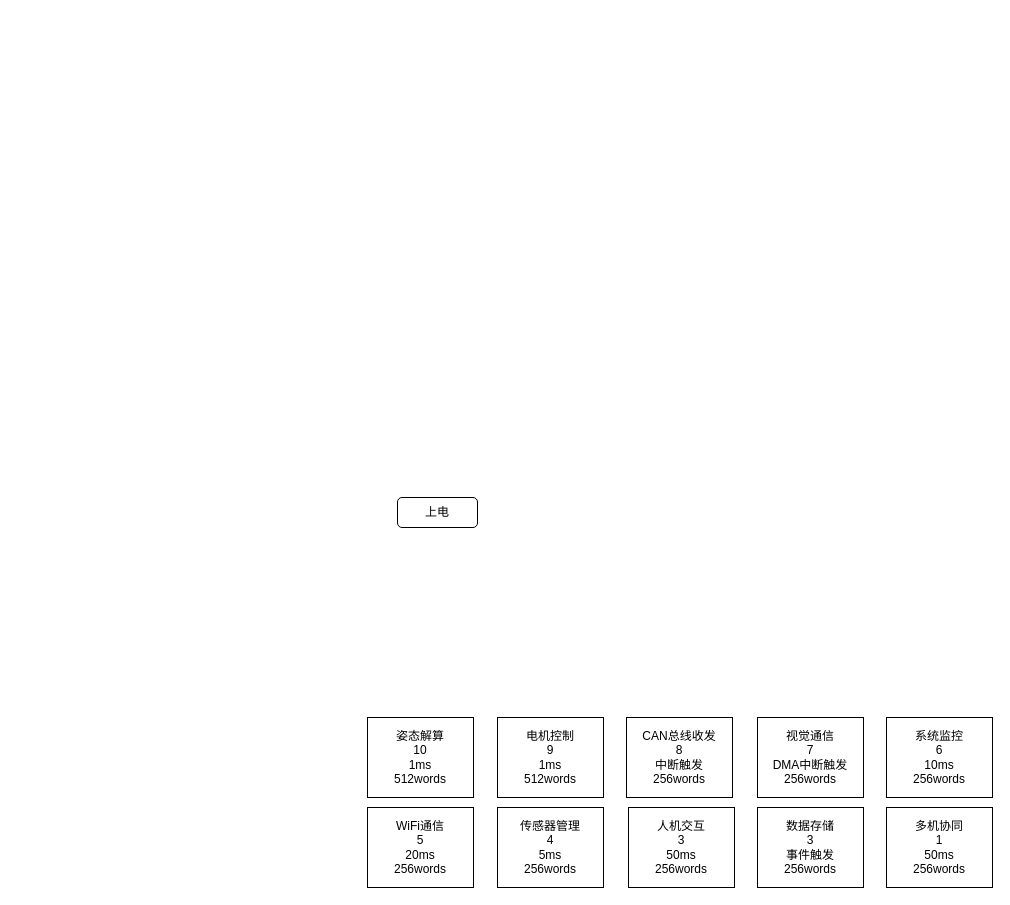
This is 全向移动自主作业机器人/全局启动流程.drawio from whwu-yuwan/My_Chart_Lib, a draw.io file, before an edit. Source tidied: cells renumbered, new cells numbered last; positions are measured from the earlier drawing's top-left corner, leaving out a move shared by most shapes. Both pictures are drawn from the tidied source at 100%, with x=0, y=0 at pixel (367, 497).
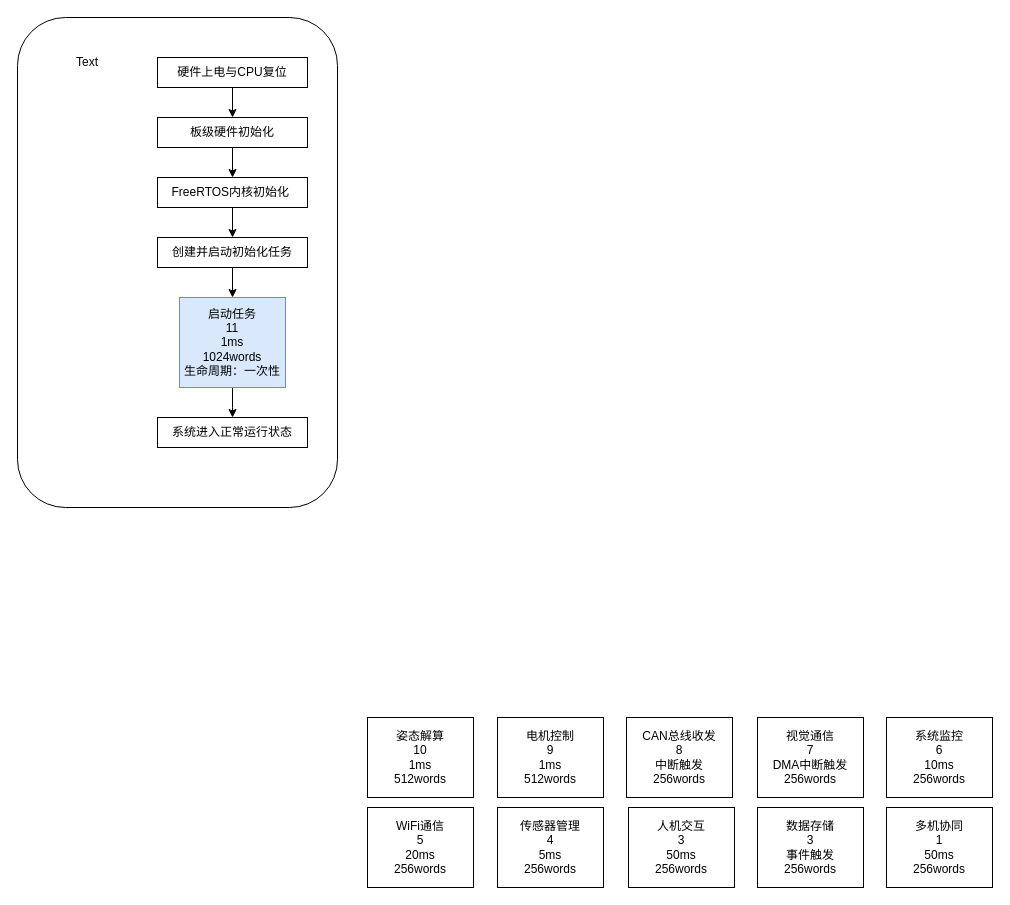
The same diagram, later.

Commit message (it also covers changes not shown here):
feat:主流程完善

Diff of the diagram source:
```diff
@@
+    <mxCell id="13" style="rounded=1;whiteSpace=wrap;html=1;fillColor=none;" parent="1" vertex="1">
+      <mxGeometry x="-350" y="-480" width="320" height="490" as="geometry" />
+    </mxCell>
+    <mxCell id="14" style="edgeStyle=orthogonalEdgeStyle;rounded=0;jettySize=auto;html=1;" parent="1" edge="1" source="2" target="16">
+      <mxGeometry relative="1" as="geometry" />
+    </mxCell>
-    <mxCell id="2" value="上电" style="rounded=1;whiteSpace=wrap;html=1;" parent="1" vertex="1">
-      <mxGeometry x="30" width="80" height="30" as="geometry" />
+    <mxCell id="2" value="硬件上电与CPU复位" style="rounded=0;whiteSpace=wrap;html=1;" parent="1" vertex="1">
+      <mxGeometry x="-210" y="-440" width="150" height="30" as="geometry" />
     </mxCell>
@@
+    <mxCell id="15" style="edgeStyle=orthogonalEdgeStyle;rounded=0;jettySize=auto;html=1;" parent="1" edge="1" source="16" target="18">
+      <mxGeometry relative="1" as="geometry" />
+    </mxCell>
+    <mxCell id="16" value="板级硬件初始化" style="rounded=0;whiteSpace=wrap;html=1;" parent="1" vertex="1">
+      <mxGeometry x="-210" y="-380" width="150" height="30" as="geometry" />
+    </mxCell>
+    <mxCell id="17" style="edgeStyle=orthogonalEdgeStyle;rounded=0;jettySize=auto;html=1;" parent="1" edge="1" source="18" target="20">
+      <mxGeometry relative="1" as="geometry" />
+    </mxCell>
+    <mxCell id="18" value="FreeRTOS内核初始化&amp;nbsp;" style="rounded=0;whiteSpace=wrap;html=1;" parent="1" vertex="1">
+      <mxGeometry x="-210" y="-320" width="150" height="30" as="geometry" />
+    </mxCell>
+    <mxCell id="19" style="edgeStyle=orthogonalEdgeStyle;rounded=0;jettySize=auto;html=1;" parent="1" edge="1" source="20" target="23">
+      <mxGeometry relative="1" as="geometry" />
+    </mxCell>
+    <mxCell id="20" value="创建并启动初始化任务" style="rounded=0;whiteSpace=wrap;html=1;" parent="1" vertex="1">
+      <mxGeometry x="-210" y="-260" width="150" height="30" as="geometry" />
+    </mxCell>
+    <mxCell id="21" value="系统进入正常运行状态" style="rounded=0;whiteSpace=wrap;html=1;" parent="1" vertex="1">
+      <mxGeometry x="-210" y="-80" width="150" height="30" as="geometry" />
+    </mxCell>
+    <mxCell id="22" style="edgeStyle=orthogonalEdgeStyle;rounded=0;jettySize=auto;html=1;" parent="1" edge="1" source="23">
+      <mxGeometry relative="1" as="geometry">
+        <mxPoint x="-135" y="-80" as="targetPoint" />
+      </mxGeometry>
+    </mxCell>
+    <mxCell id="23" value="&lt;div&gt;启动任务&lt;/div&gt;&lt;div&gt;11&lt;/div&gt;&lt;div&gt;1ms&lt;/div&gt;&lt;div&gt;1024words&lt;/div&gt;&lt;div&gt;生命周期：一次性&lt;/div&gt;" style="rounded=0;whiteSpace=wrap;html=1;fillColor=#dae8fc;strokeColor=#6c8ebf;" parent="1" vertex="1">
+      <mxGeometry x="-188" y="-200" width="106" height="90" as="geometry" />
+    </mxCell>
+    <mxCell id="24" value="Text" style="text;html=1;whiteSpace=wrap;strokeColor=none;fillColor=none;align=center;verticalAlign=middle;rounded=0;" parent="1" vertex="1">
+      <mxGeometry x="-310" y="-450" width="60" height="30" as="geometry" />
+    </mxCell>
```
